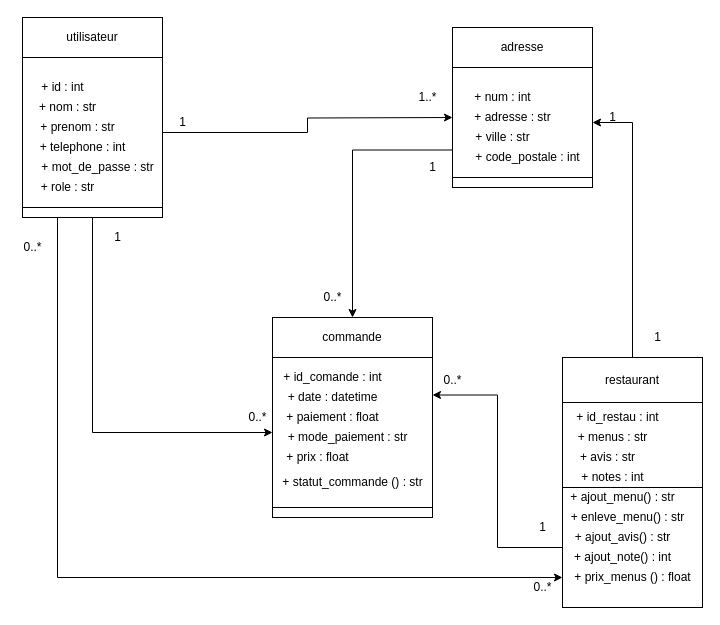
The draw.io diagram diagramme_de_classes.drawio in TheAIWizard/Ensaeats, before the edit. Source tidied: cells renumbered, new cells numbered last; positions are measured from the earlier drawing's top-left corner, leaving out a move shared by most shapes. Both pictures are drawn from the tidied source at 100%, with x=0, y=0 at pixel (17, 17).
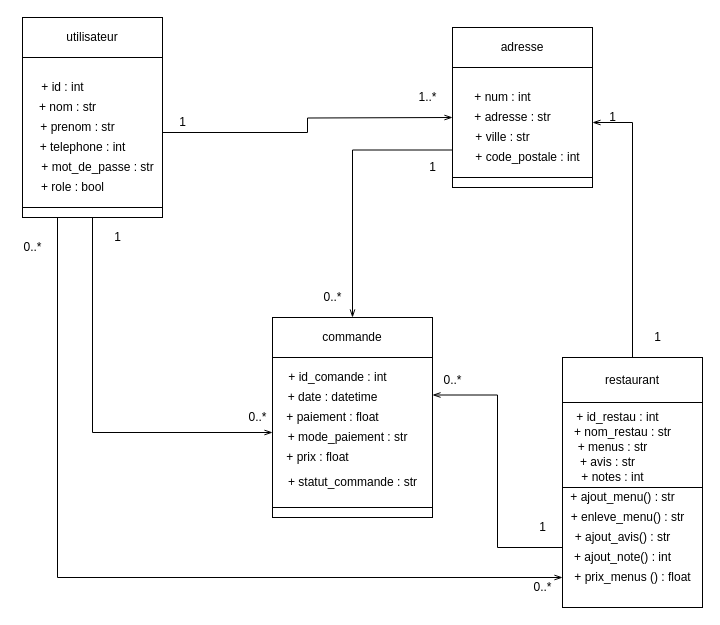
Above is the later version.

Commit message:
diagramme de classes

Unchanged cells that the change refers to:
```xml
<mxCell id="2" style="rounded=0;whiteSpace=wrap;html=1;" parent="1" vertex="1">
  <mxGeometry x="255" y="340" width="160" height="150" as="geometry" />
</mxCell>
<mxCell id="4" style="rounded=0;whiteSpace=wrap;html=1;" parent="1" vertex="1">
  <mxGeometry x="435" y="50" width="140" height="110" as="geometry" />
</mxCell>
<mxCell id="7" style="rounded=0;whiteSpace=wrap;html=1;" parent="1" vertex="1">
  <mxGeometry x="545" y="470" width="140" height="120" as="geometry" />
</mxCell>
<mxCell id="11" style="rounded=0;whiteSpace=wrap;html=1;" parent="1" vertex="1">
  <mxGeometry x="5" y="40" width="140" height="150" as="geometry" />
</mxCell>
<mxCell id="15" style="rounded=0;whiteSpace=wrap;html=1;" parent="1" vertex="1">
  <mxGeometry x="5" y="190" width="140" height="10" as="geometry" />
</mxCell>
<mxCell id="37" value="restaurant" style="rounded=0;whiteSpace=wrap;html=1;" parent="1" vertex="1">
  <mxGeometry x="545" y="340" width="140" height="45" as="geometry" />
</mxCell>
<mxCell id="38" value="commande" style="rounded=0;whiteSpace=wrap;html=1;" parent="1" vertex="1">
  <mxGeometry x="255" y="300" width="160" height="40" as="geometry" />
</mxCell>
```

Diff of the diagram source:
```diff
@@
-    <mxCell id="6" style="edgeStyle=orthogonalEdgeStyle;rounded=0;jettySize=auto;html=1;entryX=1;entryY=0.25;entryDx=0;entryDy=0;" parent="1" edge="1" source="7" target="2">
+    <mxCell id="6" style="edgeStyle=orthogonalEdgeStyle;rounded=0;jettySize=auto;html=1;entryX=1;entryY=0.25;entryDx=0;entryDy=0;endArrow=openThin;endFill=0;" parent="1" edge="1" source="7" target="2">
       <mxGeometry relative="1" as="geometry" />
     </mxCell>
@@
-    <mxCell id="8" style="edgeStyle=orthogonalEdgeStyle;rounded=0;jettySize=auto;html=1;exitX=0;exitY=0.75;exitDx=0;exitDy=0;" parent="1" edge="1" source="4" target="38">
+    <mxCell id="8" style="edgeStyle=orthogonalEdgeStyle;rounded=0;jettySize=auto;html=1;exitX=0;exitY=0.75;exitDx=0;exitDy=0;endArrow=openThin;endFill=0;" parent="1" edge="1" source="4" target="38">
       <mxGeometry relative="1" as="geometry" />
     </mxCell>
@@
-    <mxCell id="12" style="edgeStyle=orthogonalEdgeStyle;rounded=0;jettySize=auto;html=1;exitX=0.5;exitY=1;exitDx=0;exitDy=0;entryX=0;entryY=0.5;entryDx=0;entryDy=0;" parent="1" edge="1" source="15" target="2">
+    <mxCell id="12" style="edgeStyle=orthogonalEdgeStyle;rounded=0;jettySize=auto;html=1;exitX=0.5;exitY=1;exitDx=0;exitDy=0;entryX=0;entryY=0.5;entryDx=0;entryDy=0;endArrow=openThin;endFill=0;" parent="1" edge="1" source="15" target="2">
       <mxGeometry relative="1" as="geometry" />
     </mxCell>
-    <mxCell id="13" style="edgeStyle=orthogonalEdgeStyle;rounded=0;jettySize=auto;html=1;exitX=0.25;exitY=1;exitDx=0;exitDy=0;entryX=0;entryY=0.75;entryDx=0;entryDy=0;" parent="1" edge="1" source="15" target="7">
+    <mxCell id="13" style="edgeStyle=orthogonalEdgeStyle;rounded=0;jettySize=auto;html=1;exitX=0.25;exitY=1;exitDx=0;exitDy=0;entryX=0;entryY=0.75;entryDx=0;entryDy=0;endArrow=openThin;endFill=0;" parent="1" edge="1" source="15" target="7">
       <mxGeometry relative="1" as="geometry" />
     </mxCell>
-    <mxCell id="14" style="edgeStyle=orthogonalEdgeStyle;rounded=0;jettySize=auto;html=1;exitX=1;exitY=0.5;exitDx=0;exitDy=0;" parent="1" edge="1" source="11">
+    <mxCell id="14" style="edgeStyle=orthogonalEdgeStyle;rounded=0;jettySize=auto;html=1;exitX=1;exitY=0.5;exitDx=0;exitDy=0;endArrow=openThin;endFill=0;" parent="1" edge="1" source="11">
       <mxGeometry relative="1" as="geometry">
         <mxPoint x="435" y="100" as="targetPoint" />
       </mxGeometry>
     </mxCell>
@@
-    <mxCell id="20" value="+ role : str" style="text;html=1;align=center;verticalAlign=middle;strokeColor=none;" parent="1" vertex="1">
-      <mxGeometry x="15" y="160" width="70" height="20" as="geometry" />
+    <mxCell id="20" value="+ role : bool" style="text;html=1;align=center;verticalAlign=middle;strokeColor=none;" parent="1" vertex="1">
+      <mxGeometry x="15" y="160" width="80" height="20" as="geometry" />
     </mxCell>
@@
     <mxCell id="26" value="+ avis : str" style="text;html=1;align=center;verticalAlign=middle;strokeColor=none;" parent="1" vertex="1">
-      <mxGeometry x="555" y="430" width="70" height="20" as="geometry" />
+      <mxGeometry x="555" y="435" width="70" height="20" as="geometry" />
     </mxCell>
     <mxCell id="27" value="+ menus : str" style="text;html=1;align=center;verticalAlign=middle;strokeColor=none;" parent="1" vertex="1">
-      <mxGeometry x="550" y="410" width="90" height="20" as="geometry" />
+      <mxGeometry x="550" y="420" width="90" height="20" as="geometry" />
     </mxCell>
@@
-    <mxCell id="30" value="+ statut_commande () : str" style="text;html=1;align=center;verticalAlign=middle;strokeColor=none;" parent="1" vertex="1">
-      <mxGeometry x="255" y="455" width="160" height="20" as="geometry" />
+    <mxCell id="30" value="+ statut_commande : str" style="text;html=1;align=center;verticalAlign=middle;strokeColor=none;" parent="1" vertex="1">
+      <mxGeometry x="265" y="455" width="140" height="20" as="geometry" />
     </mxCell>
@@
-    <mxCell id="36" style="edgeStyle=orthogonalEdgeStyle;rounded=0;jettySize=auto;html=1;exitX=0.5;exitY=0;exitDx=0;exitDy=0;entryX=1;entryY=0.5;entryDx=0;entryDy=0;" parent="1" edge="1" source="37" target="4">
+    <mxCell id="36" style="edgeStyle=orthogonalEdgeStyle;rounded=0;jettySize=auto;html=1;exitX=0.5;exitY=0;exitDx=0;exitDy=0;entryX=1;entryY=0.5;entryDx=0;entryDy=0;endArrow=openThin;endFill=0;" parent="1" edge="1" source="37" target="4">
       <mxGeometry relative="1" as="geometry" />
     </mxCell>
@@
     <mxCell id="56" value="+ id_comande : int" style="text;html=1;align=center;verticalAlign=middle;strokeColor=none;" parent="1" vertex="1">
-      <mxGeometry x="260" y="350" width="110" height="20" as="geometry" />
+      <mxGeometry x="265" y="350" width="110" height="20" as="geometry" />
     </mxCell>
+    <mxCell id="57" value="+ nom_restau : str" style="text;html=1;align=center;verticalAlign=middle;strokeColor=none;" parent="1" vertex="1">
+      <mxGeometry x="550" y="405" width="110" height="20" as="geometry" />
+    </mxCell>
```
